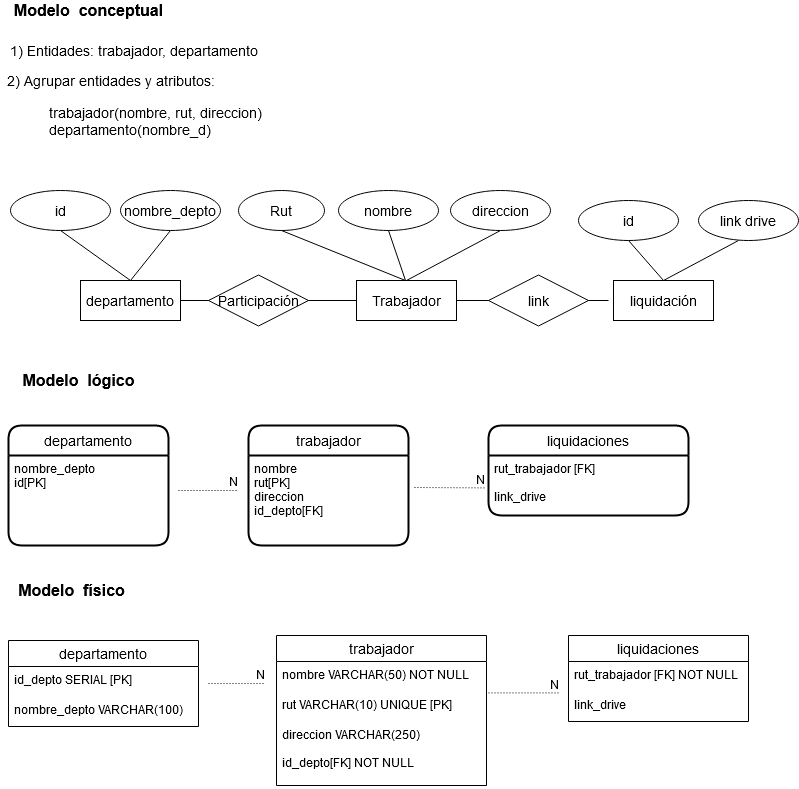
gilibethvega/modelamiento_de_datos keeps this draw.io diagram as modelamiento.png. Above is the earlier version. Source tidied: cells renumbered, new cells last; positions are measured from the earlier drawing's top-left corner, leaving out a move shared by most shapes. The source it was exported from:
```xml
<mxGraphModel>
  <root>
    <mxCell id="0" />
    <mxCell id="1" parent="0" />
    <mxCell id="2" style="line;strokeWidth=1;dashed=0;labelPosition=right;align=left;verticalAlign=middle;spacingTop=0;spacingLeft=6;fontSize=14;shadow=0;" parent="1" vertex="1">
      <mxGeometry x="180" y="295" width="428" height="10" as="geometry" />
    </mxCell>
    <mxCell id="3" value="Modelo&amp;nbsp; conceptual" style="text;html=1;align=center;verticalAlign=middle;fontSize=16;fontStyle=1;" parent="1" vertex="1">
      <mxGeometry x="8" width="160" height="20" as="geometry" />
    </mxCell>
    <mxCell id="4" value="1) Entidades: trabajador, departamento" style="text;html=1;align=center;verticalAlign=middle;fontSize=14;" parent="1" vertex="1">
      <mxGeometry x="3" y="40" width="260" height="20" as="geometry" />
    </mxCell>
    <mxCell id="5" value="&lt;div&gt;2) Agrupar entidades y atributos:&lt;/div&gt;" style="text;html=1;align=center;verticalAlign=middle;fontSize=14;" parent="1" vertex="1">
      <mxGeometry y="70" width="220" height="20" as="geometry" />
    </mxCell>
    <mxCell id="6" value="&lt;div align=&quot;left&quot;&gt;trabajador(nombre, rut, direccion)&lt;/div&gt;&lt;div align=&quot;left&quot;&gt;departamento(nombre_d)&lt;/div&gt;" style="text;html=1;align=center;verticalAlign=middle;fontSize=14;" parent="1" vertex="1">
      <mxGeometry x="40" y="101" width="230" height="40" as="geometry" />
    </mxCell>
    <mxCell id="7" value="trabajador" style="swimlane;horizontal=1;startSize=30;rounded=1;fontSize=14;fontStyle=0;strokeWidth=2;shadow=0;dashed=0;align=center;" parent="1" vertex="1">
      <mxGeometry x="248" y="425" width="160" height="120" as="geometry" />
    </mxCell>
    <mxCell id="8" value="nombre&#10;rut[PK]&#10;direccion&#10;id_depto[FK]&#10;" style="align=left;strokeColor=none;fillColor=none;spacingLeft=4;fontSize=12;verticalAlign=top;" parent="7" vertex="1">
      <mxGeometry y="30" width="160" height="90" as="geometry" />
    </mxCell>
    <mxCell id="9" value="departamento" style="swimlane;horizontal=1;startSize=30;rounded=1;fontSize=14;fontStyle=0;strokeWidth=2;shadow=0;dashed=0;align=center;" parent="1" vertex="1">
      <mxGeometry x="8" y="425" width="160" height="120" as="geometry" />
    </mxCell>
    <mxCell id="10" value="nombre_depto&#10;id[PK]&#10;" style="align=left;strokeColor=none;fillColor=none;spacingLeft=4;fontSize=12;verticalAlign=top;" parent="9" vertex="1">
      <mxGeometry y="30" width="160" height="90" as="geometry" />
    </mxCell>
    <mxCell id="11" value="liquidaciones" style="swimlane;horizontal=1;startSize=30;rounded=1;fontSize=14;fontStyle=0;strokeWidth=2;shadow=0;dashed=0;align=center;" parent="1" vertex="1">
      <mxGeometry x="488" y="425" width="200" height="90" as="geometry" />
    </mxCell>
    <mxCell id="12" value="rut_trabajador [FK]&#10;&#10;link_drive&#10;" style="align=left;strokeColor=none;fillColor=none;spacingLeft=4;fontSize=12;verticalAlign=top;" parent="11" vertex="1">
      <mxGeometry y="30" width="200" height="60" as="geometry" />
    </mxCell>
    <mxCell id="13" style="edgeStyle=orthogonalEdgeStyle;rounded=0;orthogonalLoop=1;jettySize=auto;html=1;exitX=0.5;exitY=1;exitDx=0;exitDy=0;fontSize=14;" parent="11" edge="1" source="12" target="12">
      <mxGeometry relative="1" as="geometry" />
    </mxCell>
    <mxCell id="14" value="Trabajador" style="whiteSpace=wrap;html=1;align=center;fontSize=14;" parent="1" vertex="1">
      <mxGeometry x="356" y="280" width="100" height="40" as="geometry" />
    </mxCell>
    <mxCell id="15" value="departamento" style="whiteSpace=wrap;html=1;align=center;fontSize=14;" parent="1" vertex="1">
      <mxGeometry x="80" y="280" width="100" height="40" as="geometry" />
    </mxCell>
    <mxCell id="16" value="Participación" style="shape=rhombus;perimeter=rhombusPerimeter;whiteSpace=wrap;html=1;align=center;fontSize=14;" parent="1" vertex="1">
      <mxGeometry x="208" y="274.5" width="100" height="51" as="geometry" />
    </mxCell>
    <mxCell id="17" value="Rut" style="ellipse;whiteSpace=wrap;html=1;align=center;fontSize=14;" parent="1" vertex="1">
      <mxGeometry x="238" y="190" width="86" height="40" as="geometry" />
    </mxCell>
    <mxCell id="18" value="direccion" style="ellipse;whiteSpace=wrap;html=1;align=center;fontSize=14;" parent="1" vertex="1">
      <mxGeometry x="450" y="190" width="100" height="40" as="geometry" />
    </mxCell>
    <mxCell id="19" value="nombre" style="ellipse;whiteSpace=wrap;html=1;align=center;fontSize=14;" parent="1" vertex="1">
      <mxGeometry x="338" y="190" width="100" height="40" as="geometry" />
    </mxCell>
    <mxCell id="20" value="nombre_depto" style="ellipse;whiteSpace=wrap;html=1;align=center;fontSize=14;" parent="1" vertex="1">
      <mxGeometry x="120" y="190" width="100" height="40" as="geometry" />
    </mxCell>
    <mxCell id="21" style="endArrow=none;html=1;fontSize=14;entryX=0.5;entryY=1;entryDx=0;entryDy=0;" parent="1" edge="1" target="17">
      <mxGeometry relative="1" as="geometry">
        <mxPoint x="405" y="280" as="sourcePoint" />
      </mxGeometry>
    </mxCell>
    <mxCell id="22" style="endArrow=none;html=1;fontSize=14;entryX=0.5;entryY=1;entryDx=0;entryDy=0;" parent="1" edge="1" target="19">
      <mxGeometry relative="1" as="geometry">
        <mxPoint x="405" y="280" as="sourcePoint" />
      </mxGeometry>
    </mxCell>
    <mxCell id="23" style="endArrow=none;html=1;fontSize=14;entryX=0.5;entryY=1;entryDx=0;entryDy=0;" parent="1" edge="1" target="20">
      <mxGeometry relative="1" as="geometry">
        <mxPoint x="130" y="280" as="sourcePoint" />
      </mxGeometry>
    </mxCell>
    <mxCell id="24" value="Modelo&amp;nbsp; lógico" style="text;html=1;align=center;verticalAlign=middle;fontSize=16;fontStyle=1;" parent="1" vertex="1">
      <mxGeometry x="13" y="370" width="130" height="20" as="geometry" />
    </mxCell>
    <mxCell id="25" value="&lt;div&gt;id&lt;/div&gt;" style="ellipse;whiteSpace=wrap;html=1;align=center;fontSize=14;" parent="1" vertex="1">
      <mxGeometry x="10" y="190" width="100" height="40" as="geometry" />
    </mxCell>
    <mxCell id="26" style="endArrow=none;html=1;fontSize=14;entryX=0.5;entryY=1;entryDx=0;entryDy=0;" parent="1" edge="1" target="25">
      <mxGeometry relative="1" as="geometry">
        <mxPoint x="130" y="280" as="sourcePoint" />
      </mxGeometry>
    </mxCell>
    <mxCell id="27" style="endArrow=none;html=1;rounded=0;dashed=1;dashPattern=1 2;fontSize=14;" parent="1" edge="1">
      <mxGeometry relative="1" as="geometry">
        <mxPoint x="178" y="490" as="sourcePoint" />
        <mxPoint x="238" y="490" as="targetPoint" />
      </mxGeometry>
    </mxCell>
    <mxCell id="28" value="N" style="html=1;align=right;verticalAlign=bottom;" parent="27" vertex="1">
      <mxGeometry x="1" relative="1" as="geometry" />
    </mxCell>
    <mxCell id="29" value="Modelo&amp;nbsp; físico" style="text;html=1;align=center;verticalAlign=middle;fontSize=16;fontStyle=1;" parent="1" vertex="1">
      <mxGeometry x="11" y="580" width="120" height="20" as="geometry" />
    </mxCell>
    <mxCell id="30" value="trabajador" style="swimlane;fontStyle=0;horizontal=1;startSize=26;align=center;fontSize=14;" parent="1" vertex="1">
      <mxGeometry x="276" y="635" width="210" height="150" as="geometry" />
    </mxCell>
    <mxCell id="31" value="nombre VARCHAR(50) NOT NULL" style="text;strokeColor=none;fillColor=none;spacingLeft=4;spacingRight=4;overflow=hidden;fontSize=12;" parent="30" vertex="1">
      <mxGeometry y="26" width="210" height="30" as="geometry" />
    </mxCell>
    <mxCell id="32" value="rut VARCHAR(10) UNIQUE [PK]" style="text;strokeColor=none;fillColor=none;spacingLeft=4;spacingRight=4;overflow=hidden;fontSize=12;" parent="30" vertex="1">
      <mxGeometry y="56" width="210" height="30" as="geometry" />
    </mxCell>
    <mxCell id="33" value="direccion VARCHAR(250)&#10;&#10;id_depto[FK] NOT NULL&#10;" style="text;strokeColor=none;fillColor=none;spacingLeft=4;spacingRight=4;overflow=hidden;fontSize=12;" parent="30" vertex="1">
      <mxGeometry y="86" width="210" height="64" as="geometry" />
    </mxCell>
    <mxCell id="34" value="liquidaciones" style="swimlane;fontStyle=0;horizontal=1;startSize=26;align=center;fontSize=14;" parent="1" vertex="1">
      <mxGeometry x="568" y="635" width="180" height="86" as="geometry" />
    </mxCell>
    <mxCell id="35" value="rut_trabajador [FK] NOT NULL" style="text;strokeColor=none;fillColor=none;spacingLeft=4;spacingRight=4;overflow=hidden;fontSize=12;" parent="34" vertex="1">
      <mxGeometry y="26" width="180" height="30" as="geometry" />
    </mxCell>
    <mxCell id="36" value="link_drive" style="text;strokeColor=none;fillColor=none;spacingLeft=4;spacingRight=4;overflow=hidden;fontSize=12;" parent="34" vertex="1">
      <mxGeometry y="56" width="180" height="30" as="geometry" />
    </mxCell>
    <mxCell id="37" value="departamento" style="swimlane;fontStyle=0;horizontal=1;startSize=26;align=center;fontSize=14;" parent="1" vertex="1">
      <mxGeometry x="8" y="640" width="190" height="86" as="geometry" />
    </mxCell>
    <mxCell id="38" value="id_depto SERIAL [PK]" style="text;strokeColor=none;fillColor=none;spacingLeft=4;spacingRight=4;overflow=hidden;fontSize=12;" parent="37" vertex="1">
      <mxGeometry y="26" width="190" height="30" as="geometry" />
    </mxCell>
    <mxCell id="39" value="nombre_depto VARCHAR(100) " style="text;strokeColor=none;fillColor=none;spacingLeft=4;spacingRight=4;overflow=hidden;fontSize=12;" parent="37" vertex="1">
      <mxGeometry y="56" width="190" height="30" as="geometry" />
    </mxCell>
    <mxCell id="40" style="endArrow=none;html=1;rounded=0;dashed=1;dashPattern=1 2;fontSize=14;" parent="1" edge="1">
      <mxGeometry relative="1" as="geometry">
        <mxPoint x="208" y="683" as="sourcePoint" />
        <mxPoint x="264" y="683" as="targetPoint" />
      </mxGeometry>
    </mxCell>
    <mxCell id="41" value="N" style="html=1;align=right;verticalAlign=bottom;" parent="40" vertex="1">
      <mxGeometry x="1" relative="1" as="geometry" />
    </mxCell>
    <mxCell id="42" value="liquidación" style="whiteSpace=wrap;html=1;align=center;fontSize=14;" parent="1" vertex="1">
      <mxGeometry x="613" y="280" width="100" height="40" as="geometry" />
    </mxCell>
    <mxCell id="43" value="&lt;div&gt;id&lt;/div&gt;" style="ellipse;whiteSpace=wrap;html=1;align=center;fontSize=14;" parent="1" vertex="1">
      <mxGeometry x="578" y="200" width="100" height="40" as="geometry" />
    </mxCell>
    <mxCell id="44" style="endArrow=none;html=1;fontSize=14;entryX=0.5;entryY=1;entryDx=0;entryDy=0;" parent="1" edge="1" target="43">
      <mxGeometry relative="1" as="geometry">
        <mxPoint x="663" y="280" as="sourcePoint" />
      </mxGeometry>
    </mxCell>
    <mxCell id="45" value="&lt;div&gt;link drive&lt;br&gt;&lt;/div&gt;" style="ellipse;whiteSpace=wrap;html=1;align=center;fontSize=14;" parent="1" vertex="1">
      <mxGeometry x="698" y="200" width="100" height="40" as="geometry" />
    </mxCell>
    <mxCell id="46" style="endArrow=none;html=1;fontSize=14;entryX=0.5;entryY=1;entryDx=0;entryDy=0;exitX=0.5;exitY=0;exitDx=0;exitDy=0;" parent="1" edge="1" source="14" target="18">
      <mxGeometry relative="1" as="geometry" />
    </mxCell>
    <mxCell id="47" style="endArrow=none;html=1;fontSize=14;entryX=0.4;entryY=1;entryDx=0;entryDy=0;exitX=0.5;exitY=0;exitDx=0;exitDy=0;entryPerimeter=0;" parent="1" edge="1" source="42" target="45">
      <mxGeometry relative="1" as="geometry" />
    </mxCell>
    <mxCell id="48" value="link" style="shape=rhombus;perimeter=rhombusPerimeter;whiteSpace=wrap;html=1;align=center;fontSize=14;" parent="1" vertex="1">
      <mxGeometry x="488" y="274.5" width="100" height="51" as="geometry" />
    </mxCell>
    <mxCell id="49" style="endArrow=none;html=1;rounded=0;dashed=1;dashPattern=1 2;fontSize=14;" parent="1" edge="1">
      <mxGeometry relative="1" as="geometry">
        <mxPoint x="414" y="487" as="sourcePoint" />
        <mxPoint x="484" y="487.4" as="targetPoint" />
      </mxGeometry>
    </mxCell>
    <mxCell id="50" value="N" style="html=1;align=right;verticalAlign=bottom;" parent="49" vertex="1">
      <mxGeometry x="1" relative="1" as="geometry" />
    </mxCell>
    <mxCell id="51" style="endArrow=none;html=1;rounded=0;dashed=1;dashPattern=1 2;fontSize=14;" parent="1" edge="1">
      <mxGeometry relative="1" as="geometry">
        <mxPoint x="488" y="692.4" as="sourcePoint" />
        <mxPoint x="558" y="692.4" as="targetPoint" />
      </mxGeometry>
    </mxCell>
    <mxCell id="52" value="N" style="html=1;align=right;verticalAlign=bottom;" parent="51" vertex="1">
      <mxGeometry x="1" relative="1" as="geometry" />
    </mxCell>
  </root>
</mxGraphModel>
```
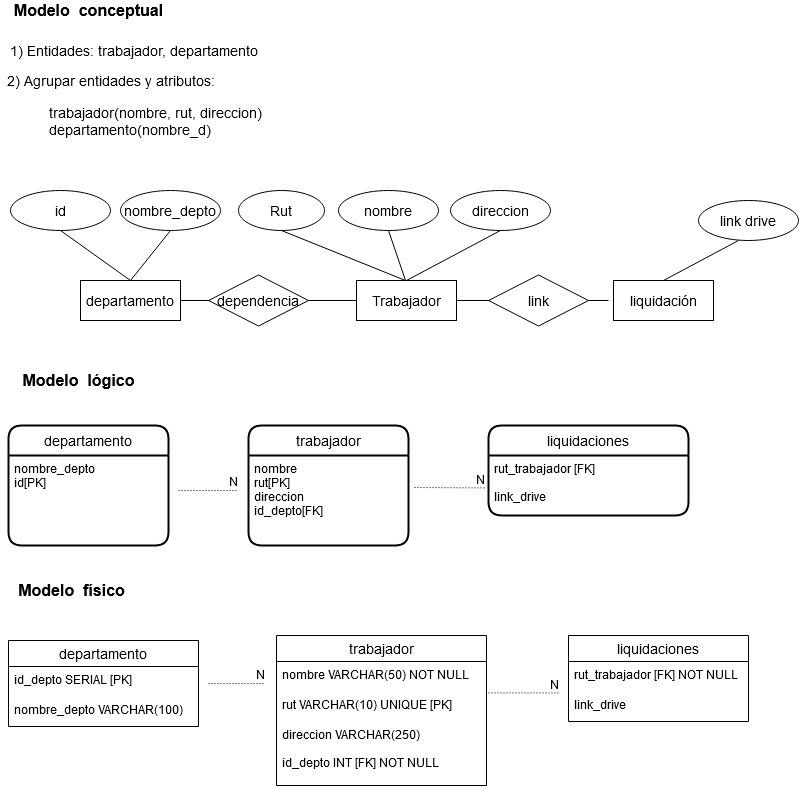
The same diagram one commit later.

Commit message:
se agrega modelo físico

Diff of the diagram source:
```diff
@@ -44,7 +44,7 @@
     <mxCell id="15" value="departamento" style="whiteSpace=wrap;html=1;align=center;fontSize=14;" parent="1" vertex="1">
       <mxGeometry x="80" y="280" width="100" height="40" as="geometry" />
     </mxCell>
-    <mxCell id="16" value="Participación" style="shape=rhombus;perimeter=rhombusPerimeter;whiteSpace=wrap;html=1;align=center;fontSize=14;" parent="1" vertex="1">
+    <mxCell id="16" value="dependencia" style="shape=rhombus;perimeter=rhombusPerimeter;whiteSpace=wrap;html=1;align=center;fontSize=14;" parent="1" vertex="1">
       <mxGeometry x="208" y="274.5" width="100" height="51" as="geometry" />
     </mxCell>
     <mxCell id="17" value="Rut" style="ellipse;whiteSpace=wrap;html=1;align=center;fontSize=14;" parent="1" vertex="1">
@@ -106,7 +106,7 @@
     <mxCell id="32" value="rut VARCHAR(10) UNIQUE [PK]" style="text;strokeColor=none;fillColor=none;spacingLeft=4;spacingRight=4;overflow=hidden;fontSize=12;" parent="30" vertex="1">
       <mxGeometry y="56" width="210" height="30" as="geometry" />
     </mxCell>
-    <mxCell id="33" value="direccion VARCHAR(250)&#10;&#10;id_depto[FK] NOT NULL&#10;" style="text;strokeColor=none;fillColor=none;spacingLeft=4;spacingRight=4;overflow=hidden;fontSize=12;" parent="30" vertex="1">
+    <mxCell id="33" value="direccion VARCHAR(250)&#10;&#10;id_depto INT [FK] NOT NULL&#10;" style="text;strokeColor=none;fillColor=none;spacingLeft=4;spacingRight=4;overflow=hidden;fontSize=12;" parent="30" vertex="1">
       <mxGeometry y="86" width="210" height="64" as="geometry" />
     </mxCell>
     <mxCell id="34" value="liquidaciones" style="swimlane;fontStyle=0;horizontal=1;startSize=26;align=center;fontSize=14;" parent="1" vertex="1">
@@ -139,14 +139,6 @@
     <mxCell id="42" value="liquidación" style="whiteSpace=wrap;html=1;align=center;fontSize=14;" parent="1" vertex="1">
       <mxGeometry x="613" y="280" width="100" height="40" as="geometry" />
     </mxCell>
-    <mxCell id="43" value="&lt;div&gt;id&lt;/div&gt;" style="ellipse;whiteSpace=wrap;html=1;align=center;fontSize=14;" parent="1" vertex="1">
-      <mxGeometry x="578" y="200" width="100" height="40" as="geometry" />
-    </mxCell>
-    <mxCell id="44" style="endArrow=none;html=1;fontSize=14;entryX=0.5;entryY=1;entryDx=0;entryDy=0;" parent="1" edge="1" target="43">
-      <mxGeometry relative="1" as="geometry">
-        <mxPoint x="663" y="280" as="sourcePoint" />
-      </mxGeometry>
-    </mxCell>
     <mxCell id="45" value="&lt;div&gt;link drive&lt;br&gt;&lt;/div&gt;" style="ellipse;whiteSpace=wrap;html=1;align=center;fontSize=14;" parent="1" vertex="1">
       <mxGeometry x="698" y="200" width="100" height="40" as="geometry" />
     </mxCell>
```
